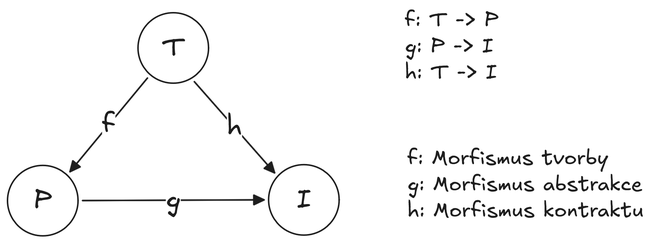
Before: obrazky/diplomka/category_factory.excalidraw.png, a diagram exported from Excalidraw (Bahamut731lp/thesis-master). Source tidied: one line per element, renumbered; positions are measured from the earlier drawing's top-left corner, leaving out a move shared by most shapes. Source of this version:
```json
{"id": 0, "type": "ellipse", "strokeColor": "#1e1e1e", "strokeWidth": 2, "roughness": 0, "round": true, "x": 174, "y": 7, "width": 94, "height": 94}
{"id": 1, "type": "text", "text": "T", "strokeColor": "#1e1e1e", "strokeWidth": 2, "roughness": 0, "fontSize": 36, "fontFamily": 5, "textAlign": "center", "verticalAlign": "middle", "inside": 0, "x": 206, "y": 32, "width": 31, "height": 45}
{"id": 2, "type": "ellipse", "strokeColor": "#1e1e1e", "strokeWidth": 2, "roughness": 0, "round": true, "x": 0, "y": 211, "width": 94, "height": 94}
{"id": 3, "type": "text", "text": "P", "strokeColor": "#1e1e1e", "strokeWidth": 2, "roughness": 0, "fontSize": 36, "fontFamily": 5, "textAlign": "center", "verticalAlign": "middle", "inside": 2, "x": 35, "y": 236, "width": 25, "height": 45}
{"id": 4, "type": "ellipse", "strokeColor": "#1e1e1e", "strokeWidth": 2, "roughness": 0, "round": true, "x": 348, "y": 210, "width": 94, "height": 94}
{"id": 5, "type": "text", "text": "I", "strokeColor": "#1e1e1e", "strokeWidth": 2, "roughness": 0, "fontSize": 36, "fontFamily": 5, "textAlign": "center", "verticalAlign": "middle", "inside": 4, "x": 386, "y": 235, "width": 20, "height": 45}
{"id": 6, "type": "arrow", "strokeColor": "#1e1e1e", "strokeWidth": 2, "roughness": 0, "endArrowhead": "triangle", "from": 0, "to": 2, "x": 187, "y": 94, "width": 103, "height": 125, "points": [[0, 0], [-103, 125]]}
{"id": 7, "type": "text", "text": "f", "strokeColor": "#1e1e1e", "strokeWidth": 2, "roughness": 0, "fontSize": 36, "fontFamily": 5, "textAlign": "center", "verticalAlign": "middle", "inside": 6, "x": 126, "y": 134, "width": 18, "height": 45}
{"id": 8, "type": "arrow", "strokeColor": "#1e1e1e", "strokeWidth": 2, "roughness": 0, "endArrowhead": "triangle", "from": 2, "to": 4, "x": 100, "y": 258, "width": 242, "height": 1, "points": [[0, 0], [242, -1]]}
{"id": 9, "type": "text", "text": "g", "strokeColor": "#1e1e1e", "strokeWidth": 2, "roughness": 0, "fontSize": 36, "fontFamily": 5, "textAlign": "center", "verticalAlign": "middle", "inside": 8, "x": 211, "y": 235, "width": 20, "height": 45}
{"id": 10, "type": "arrow", "strokeColor": "#1e1e1e", "strokeWidth": 2, "roughness": 0, "endArrowhead": "triangle", "from": 0, "to": 4, "x": 249, "y": 99, "width": 107, "height": 122, "points": [[0, 0], [107, 122]]}
{"id": 11, "type": "text", "text": "h", "strokeColor": "#1e1e1e", "strokeWidth": 2, "roughness": 0, "fontSize": 36, "fontFamily": 5, "textAlign": "center", "verticalAlign": "middle", "inside": 10, "x": 292, "y": 137, "width": 20, "height": 45}
{"id": 12, "type": "text", "text": "f: T -> P\ng: P -> I\nh: T -> I", "strokeColor": "#1e1e1e", "strokeWidth": 2, "roughness": 0, "fontSize": 28, "fontFamily": 5, "x": 530, "y": 0, "width": 125, "height": 105}
{"id": 13, "type": "text", "text": "f: Morfismus tvorby\ng: Morfismus abstrakce\nh: Morfismus kontraktu", "strokeColor": "#1e1e1e", "strokeWidth": 2, "roughness": 0, "fontSize": 28, "fontFamily": 5, "x": 533, "y": 184, "width": 315, "height": 105}
```
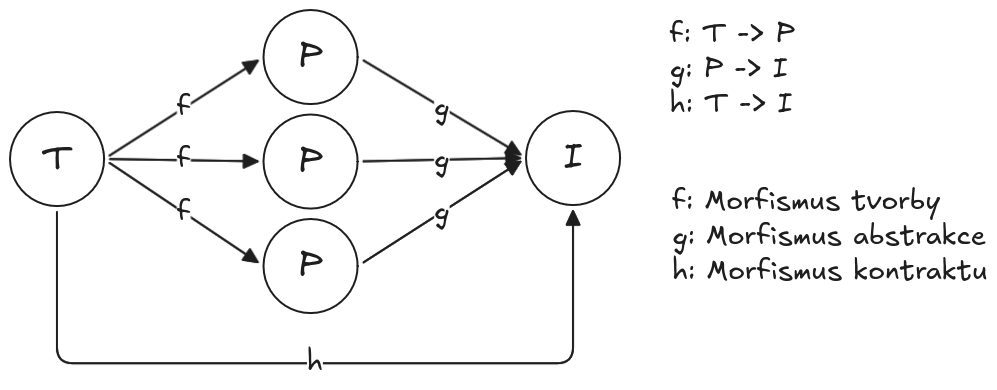
Above is the later version.

Commit message:
work: Factory, SWOT analysis

Change to the diagram source:
```diff
@@ -1,14 +1,26 @@
-{"id": 0, "type": "ellipse", "strokeColor": "#1e1e1e", "strokeWidth": 2, "roughness": 0, "round": true, "x": 174, "y": 7, "width": 94, "height": 94}
+{"id": 0, "type": "ellipse", "strokeColor": "#1e1e1e", "strokeWidth": 2, "roughness": 0, "round": true, "x": -182, "y": 70, "width": 94, "height": 94}
-{"id": 1, "type": "text", "text": "T", "strokeColor": "#1e1e1e", "strokeWidth": 2, "roughness": 0, "fontSize": 36, "fontFamily": 5, "textAlign": "center", "verticalAlign": "middle", "inside": 0, "x": 206, "y": 32, "width": 31, "height": 45}
+{"id": 1, "type": "text", "text": "T", "strokeColor": "#1e1e1e", "strokeWidth": 2, "roughness": 0, "fontSize": 36, "fontFamily": 5, "textAlign": "center", "verticalAlign": "middle", "inside": 0, "x": -150, "y": 95, "width": 31, "height": 45}
-{"id": 2, "type": "ellipse", "strokeColor": "#1e1e1e", "strokeWidth": 2, "roughness": 0, "round": true, "x": 0, "y": 211, "width": 94, "height": 94}
-{"id": 3, "type": "text", "text": "P", "strokeColor": "#1e1e1e", "strokeWidth": 2, "roughness": 0, "fontSize": 36, "fontFamily": 5, "textAlign": "center", "verticalAlign": "middle", "inside": 2, "x": 35, "y": 236, "width": 25, "height": 45}
-{"id": 4, "type": "ellipse", "strokeColor": "#1e1e1e", "strokeWidth": 2, "roughness": 0, "round": true, "x": 348, "y": 210, "width": 94, "height": 94}
+{"id": 4, "type": "ellipse", "strokeColor": "#1e1e1e", "strokeWidth": 2, "roughness": 0, "round": true, "x": 334, "y": 69, "width": 94, "height": 94}
-{"id": 5, "type": "text", "text": "I", "strokeColor": "#1e1e1e", "strokeWidth": 2, "roughness": 0, "fontSize": 36, "fontFamily": 5, "textAlign": "center", "verticalAlign": "middle", "inside": 4, "x": 386, "y": 235, "width": 20, "height": 45}
+{"id": 5, "type": "text", "text": "I", "strokeColor": "#1e1e1e", "strokeWidth": 2, "roughness": 0, "fontSize": 36, "fontFamily": 5, "textAlign": "center", "verticalAlign": "middle", "inside": 4, "x": 372, "y": 94, "width": 20, "height": 45}
-{"id": 6, "type": "arrow", "strokeColor": "#1e1e1e", "strokeWidth": 2, "roughness": 0, "endArrowhead": "triangle", "from": 0, "to": 2, "x": 187, "y": 94, "width": 103, "height": 125, "points": [[0, 0], [-103, 125]]}
-{"id": 7, "type": "text", "text": "f", "strokeColor": "#1e1e1e", "strokeWidth": 2, "roughness": 0, "fontSize": 36, "fontFamily": 5, "textAlign": "center", "verticalAlign": "middle", "inside": 6, "x": 126, "y": 134, "width": 18, "height": 45}
+{"id": 7, "type": "text", "text": "f", "strokeColor": "#1e1e1e", "strokeWidth": 2, "roughness": 0, "fontSize": 28, "fontFamily": 5, "textAlign": "center", "verticalAlign": "middle", "inside": 6, "x": 42, "y": 34, "width": 14, "height": 35}
-{"id": 8, "type": "arrow", "strokeColor": "#1e1e1e", "strokeWidth": 2, "roughness": 0, "endArrowhead": "triangle", "from": 2, "to": 4, "x": 100, "y": 258, "width": 242, "height": 1, "points": [[0, 0], [242, -1]]}
+{"id": 8, "type": "arrow", "strokeColor": "#1e1e1e", "strokeWidth": 2, "roughness": 0, "endArrowhead": "triangle", "from": 18, "to": 4, "x": 172, "y": 18, "width": 157, "height": 94, "points": [[0, 0], [157, 94]]}
-{"id": 9, "type": "text", "text": "g", "strokeColor": "#1e1e1e", "strokeWidth": 2, "roughness": 0, "fontSize": 36, "fontFamily": 5, "textAlign": "center", "verticalAlign": "middle", "inside": 8, "x": 211, "y": 235, "width": 20, "height": 45}
+{"id": 9, "type": "text", "text": "g", "strokeColor": "#1e1e1e", "strokeWidth": 2, "roughness": 0, "fontSize": 28, "fontFamily": 5, "textAlign": "center", "verticalAlign": "middle", "inside": 8, "x": 378, "y": 33, "width": 16, "height": 35}
-{"id": 10, "type": "arrow", "strokeColor": "#1e1e1e", "strokeWidth": 2, "roughness": 0, "endArrowhead": "triangle", "from": 0, "to": 4, "x": 249, "y": 99, "width": 107, "height": 122, "points": [[0, 0], [107, 122]]}
-{"id": 11, "type": "text", "text": "h", "strokeColor": "#1e1e1e", "strokeWidth": 2, "roughness": 0, "fontSize": 36, "fontFamily": 5, "textAlign": "center", "verticalAlign": "middle", "inside": 10, "x": 292, "y": 137, "width": 20, "height": 45}
-{"id": 12, "type": "text", "text": "f: T -> P\ng: P -> I\nh: T -> I", "strokeColor": "#1e1e1e", "strokeWidth": 2, "roughness": 0, "fontSize": 28, "fontFamily": 5, "x": 530, "y": 0, "width": 125, "height": 105}
+{"id": 12, "type": "text", "text": "f: T -> P\ng: P -> I\nh: T -> I", "strokeColor": "#1e1e1e", "strokeWidth": 2, "roughness": 0, "fontSize": 28, "fontFamily": 5, "x": 478, "y": -25, "width": 125, "height": 105}
-{"id": 13, "type": "text", "text": "f: Morfismus tvorby\ng: Morfismus abstrakce\nh: Morfismus kontraktu", "strokeColor": "#1e1e1e", "strokeWidth": 2, "roughness": 0, "fontSize": 28, "fontFamily": 5, "x": 533, "y": 184, "width": 315, "height": 105}
+{"id": 13, "type": "text", "text": "f: Morfismus tvorby\ng: Morfismus abstrakce\nh: Morfismus kontraktu", "strokeColor": "#1e1e1e", "strokeWidth": 2, "roughness": 0, "fontSize": 28, "fontFamily": 5, "x": 480, "y": 142, "width": 315, "height": 105}
+{"id": 6, "type": "arrow", "strokeColor": "#1e1e1e", "strokeWidth": 2, "roughness": 0, "endArrowhead": "triangle", "from": 0, "to": 18, "x": -82, "y": 113, "width": 148, "height": 95, "points": [[0, 0], [148, -95]]}
+{"id": 14, "type": "ellipse", "strokeColor": "#1e1e1e", "strokeWidth": 2, "roughness": 0, "round": true, "x": 72, "y": 72, "width": 94, "height": 94}
+{"id": 15, "type": "text", "text": "P", "strokeColor": "#1e1e1e", "strokeWidth": 2, "roughness": 0, "fontSize": 36, "fontFamily": 5, "textAlign": "center", "verticalAlign": "middle", "inside": 14, "x": 106, "y": 97, "width": 25, "height": 45}
+{"id": 16, "type": "ellipse", "strokeColor": "#1e1e1e", "strokeWidth": 2, "roughness": 0, "round": true, "x": 72, "y": 177, "width": 94, "height": 94}
+{"id": 17, "type": "text", "text": "P", "strokeColor": "#1e1e1e", "strokeWidth": 2, "roughness": 0, "fontSize": 36, "fontFamily": 5, "textAlign": "center", "verticalAlign": "middle", "inside": 16, "x": 106, "y": 202, "width": 25, "height": 45}
+{"id": 18, "type": "ellipse", "strokeColor": "#1e1e1e", "strokeWidth": 2, "roughness": 0, "round": true, "x": 72, "y": -32, "width": 94, "height": 94}
+{"id": 19, "type": "text", "text": "P", "strokeColor": "#1e1e1e", "strokeWidth": 2, "roughness": 0, "fontSize": 36, "fontFamily": 5, "textAlign": "center", "verticalAlign": "middle", "inside": 18, "x": 106, "y": -7, "width": 25, "height": 45}
+{"id": 20, "type": "arrow", "strokeColor": "#1e1e1e", "strokeWidth": 2, "roughness": 0, "endArrowhead": "triangle", "round": true, "from": 0, "to": 14, "x": -82, "y": 117, "width": 148, "height": 2, "points": [[0, 0], [148, 2]]}
+{"id": 21, "type": "text", "text": "f", "strokeColor": "#1e1e1e", "strokeWidth": 2, "roughness": 0, "fontSize": 28, "fontFamily": 5, "textAlign": "center", "verticalAlign": "middle", "inside": 20, "x": 42, "y": 97, "width": 14, "height": 35}
+{"id": 22, "type": "arrow", "strokeColor": "#1e1e1e", "strokeWidth": 2, "roughness": 0, "endArrowhead": "triangle", "round": true, "from": 0, "to": 16, "x": -82, "y": 121, "width": 148, "height": 99, "points": [[0, 0], [148, 99]]}
+{"id": 23, "type": "text", "text": "f", "strokeColor": "#1e1e1e", "strokeWidth": 2, "roughness": 0, "fontSize": 28, "fontFamily": 5, "textAlign": "center", "verticalAlign": "middle", "inside": 22, "x": 39, "y": 160, "width": 14, "height": 35}
+{"id": 24, "type": "arrow", "strokeColor": "#1e1e1e", "strokeWidth": 2, "roughness": 0, "endArrowhead": "triangle", "round": true, "from": 14, "to": 4, "x": 172, "y": 119, "width": 156, "height": 3, "points": [[0, 0], [156, -3]]}
+{"id": 25, "type": "text", "text": "g", "strokeColor": "#1e1e1e", "strokeWidth": 2, "roughness": 0, "fontSize": 28, "fontFamily": 5, "textAlign": "center", "verticalAlign": "middle", "inside": 24, "x": 373, "y": 96, "width": 16, "height": 35}
+{"id": 26, "type": "arrow", "strokeColor": "#1e1e1e", "strokeWidth": 2, "roughness": 0, "endArrowhead": "triangle", "round": true, "from": 16, "to": 4, "x": 172, "y": 220, "width": 157, "height": 101, "points": [[0, 0], [157, -101]]}
+{"id": 27, "type": "text", "text": "g", "strokeColor": "#1e1e1e", "strokeWidth": 2, "roughness": 0, "fontSize": 28, "fontFamily": 5, "textAlign": "center", "verticalAlign": "middle", "inside": 26, "x": 378, "y": 159, "width": 16, "height": 35}
+{"id": 28, "type": "arrow", "strokeColor": "#1e1e1e", "strokeWidth": 2, "roughness": 0, "endArrowhead": "triangle", "from": 0, "to": 4, "x": -135, "y": 170, "width": 516, "height": 152, "points": [[0, 0], [0, 151], [516, 151], [516, -1]]}
+{"id": 11, "type": "text", "text": "h", "strokeColor": "#1e1e1e", "strokeWidth": 2, "roughness": 0, "fontSize": 28, "fontFamily": 5, "textAlign": "center", "verticalAlign": "middle", "inside": 28, "x": 115, "y": -130, "width": 16, "height": 35}
```
